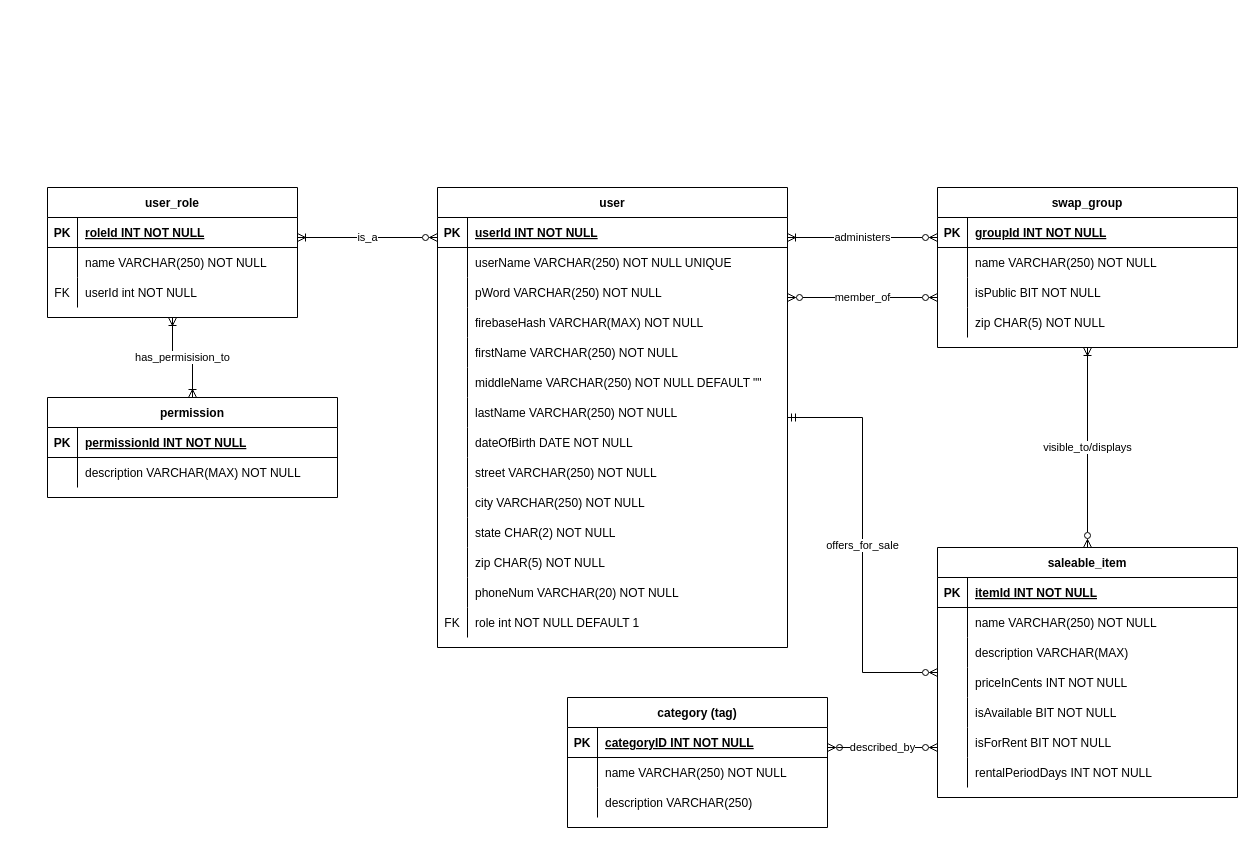
Earlier version of the draw.io diagram ERD.drawio (DragoDan7786/CSC490SeniorProject). Source tidied: cells renumbered, new cells numbered last; positions are measured from the earlier drawing's top-left corner, leaving out a move shared by most shapes. Both pictures are drawn from the tidied source at 100%, with x=0, y=0 at pixel (47, 187).
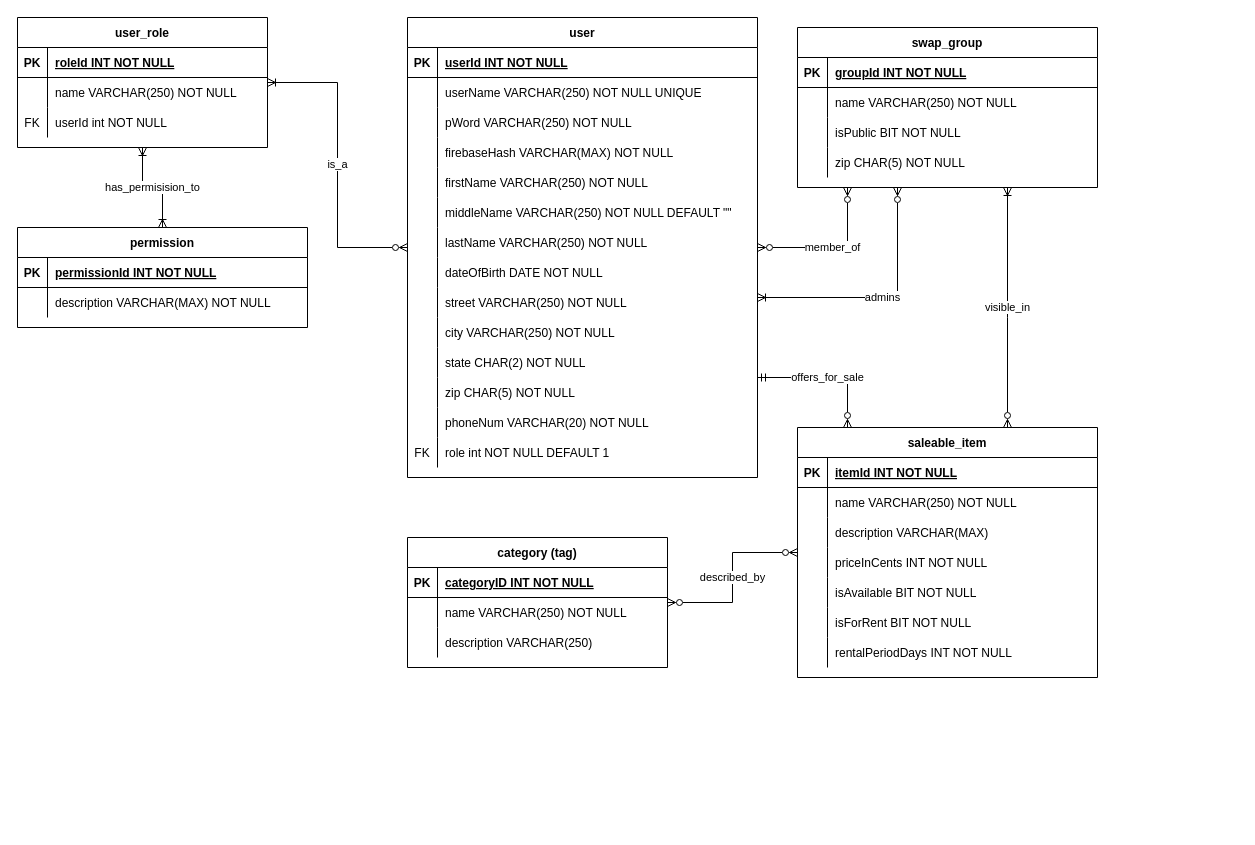
After the change.

Change to the diagram source:
```diff
@@
     <mxCell id="3" value="user_role" style="shape=table;startSize=30;childLayout=tableLayout;rowLines=0;fontStyle=1;align=center;" parent="1" vertex="1">
-      <mxGeometry width="250" height="130" as="geometry" />
+      <mxGeometry x="-30" y="-170" width="250" height="130" as="geometry" />
     </mxCell>
@@
     <mxCell id="13" value="permission" style="shape=table;startSize=30;childLayout=tableLayout;rowLines=0;fontStyle=1;align=center;" parent="1" vertex="1">
-      <mxGeometry y="210" width="290" height="100" as="geometry" />
+      <mxGeometry x="-30" y="40" width="290" height="100" as="geometry" />
     </mxCell>
@@
     <mxCell id="20" value="member_of" style="edgeStyle=orthogonalEdgeStyle;rounded=0;jettySize=auto;html=1;startArrow=ERzeroToMany;startFill=0;endArrow=ERzeroToMany;endFill=0;" parent="1" edge="1" source="22" target="88">
       <mxGeometry relative="1" as="geometry">
         <Array as="points">
-          <mxPoint x="810" y="110" />
-          <mxPoint x="810" y="110" />
+          <mxPoint x="800" y="60" />
         </Array>
       </mxGeometry>
     </mxCell>
-    <mxCell id="21" value="administers" style="edgeStyle=orthogonalEdgeStyle;rounded=0;jettySize=auto;html=1;startArrow=ERoneToMany;startFill=0;endArrow=ERzeroToMany;endFill=0;" parent="1" edge="1" source="22" target="88">
+    <mxCell id="21" value="admins" style="edgeStyle=orthogonalEdgeStyle;rounded=0;jettySize=auto;html=1;startArrow=ERoneToMany;startFill=0;endArrow=ERzeroToMany;endFill=0;" parent="1" edge="1" source="22" target="88">
       <mxGeometry relative="1" as="geometry">
         <Array as="points">
-          <mxPoint x="810" y="50" />
-          <mxPoint x="810" y="50" />
+          <mxPoint x="850" y="110" />
         </Array>
       </mxGeometry>
     </mxCell>
     <mxCell id="22" value="user" style="shape=table;startSize=30;childLayout=tableLayout;rowLines=0;fontStyle=1;align=center;" parent="1" vertex="1">
-      <mxGeometry x="390" width="350" height="460" as="geometry" />
+      <mxGeometry x="360" y="-170" width="350" height="460" as="geometry" />
     </mxCell>
@@
     <mxCell id="65" value="described_by" style="edgeStyle=orthogonalEdgeStyle;rounded=0;jettySize=auto;html=1;endArrow=ERzeroToMany;endFill=0;startArrow=ERzeroToMany;startFill=0;" parent="1" edge="1" source="66" target="103">
-      <mxGeometry relative="1" as="geometry">
-        <Array as="points">
-          <mxPoint x="790" y="560" />
-          <mxPoint x="790" y="560" />
-        </Array>
-      </mxGeometry>
+      <mxGeometry relative="1" as="geometry" />
     </mxCell>
     <mxCell id="66" value="saleable_item" style="shape=table;startSize=30;childLayout=tableLayout;rowLines=0;fontStyle=1;align=center;" parent="1" vertex="1">
-      <mxGeometry x="890" y="360" width="300" height="250" as="geometry" />
+      <mxGeometry x="750" y="240" width="300" height="250" as="geometry" />
     </mxCell>
@@
     <mxCell id="88" value="swap_group" style="shape=table;startSize=30;childLayout=tableLayout;rowLines=0;fontStyle=1;align=center;" parent="1" vertex="1">
-      <mxGeometry x="890" width="300" height="160" as="geometry" />
+      <mxGeometry x="750" y="-160" width="300" height="160" as="geometry" />
     </mxCell>
@@
     <mxCell id="101" value="offers_for_sale" style="edgeStyle=orthogonalEdgeStyle;rounded=0;jettySize=auto;html=1;endArrow=ERzeroToMany;endFill=0;startArrow=ERmandOne;startFill=0;" parent="1" edge="1" source="22" target="66">
-      <mxGeometry relative="1" as="geometry" />
+      <mxGeometry relative="1" as="geometry">
+        <Array as="points">
+          <mxPoint x="800" y="190" />
+        </Array>
+      </mxGeometry>
     </mxCell>
     <mxCell id="102" value="is_a" style="edgeStyle=orthogonalEdgeStyle;rounded=0;jettySize=auto;html=1;endArrow=ERoneToMany;endFill=0;startArrow=ERzeroToMany;startFill=0;" parent="1" edge="1" source="22" target="3">
-      <mxGeometry relative="1" as="geometry">
-        <Array as="points">
-          <mxPoint x="330" y="50" />
-          <mxPoint x="330" y="50" />
-        </Array>
-      </mxGeometry>
+      <mxGeometry relative="1" as="geometry" />
     </mxCell>
     <mxCell id="103" value="category (tag)" style="shape=table;startSize=30;childLayout=tableLayout;rowLines=0;fontStyle=1;align=center;" parent="1" vertex="1">
-      <mxGeometry x="520" y="510" width="260" height="130" as="geometry" />
+      <mxGeometry x="360" y="350" width="260" height="130" as="geometry" />
     </mxCell>
@@
-    <mxCell id="113" value="visible_to/displays" style="edgeStyle=orthogonalEdgeStyle;rounded=0;jettySize=auto;html=1;endArrow=ERoneToMany;endFill=0;startArrow=ERzeroToMany;startFill=0;" parent="1" edge="1" source="66" target="88">
-      <mxGeometry relative="1" as="geometry" />
+    <mxCell id="113" value="visible_in" style="edgeStyle=orthogonalEdgeStyle;rounded=0;jettySize=auto;html=1;endArrow=ERoneToMany;endFill=0;startArrow=ERzeroToMany;startFill=0;" parent="1" edge="1" source="66" target="88">
+      <mxGeometry relative="1" as="geometry">
+        <Array as="points">
+          <mxPoint x="960" y="130" />
+          <mxPoint x="960" y="130" />
+        </Array>
+      </mxGeometry>
     </mxCell>
```
